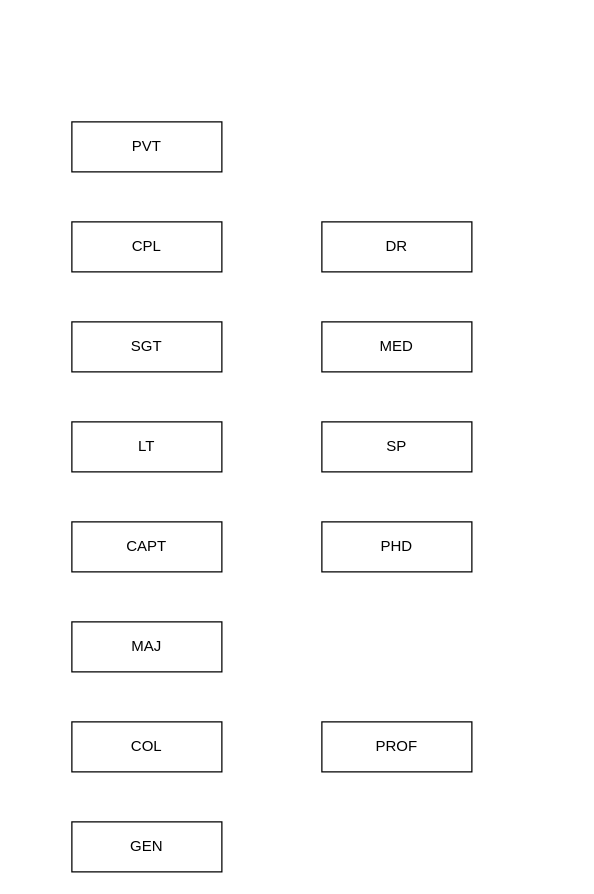
maulanaaghnii/propia keeps this draw.io diagram as Note Project Core/Propia Shelter/Rank Shelter.drawio. Above is the earlier version. Source tidied: cells renumbered, new cells numbered last; positions are measured from the earlier drawing's top-left corner, leaving out a move shared by most shapes. Both pictures are drawn from the tidied source at 125%, with x=0, y=0 at pixel (71, 121).
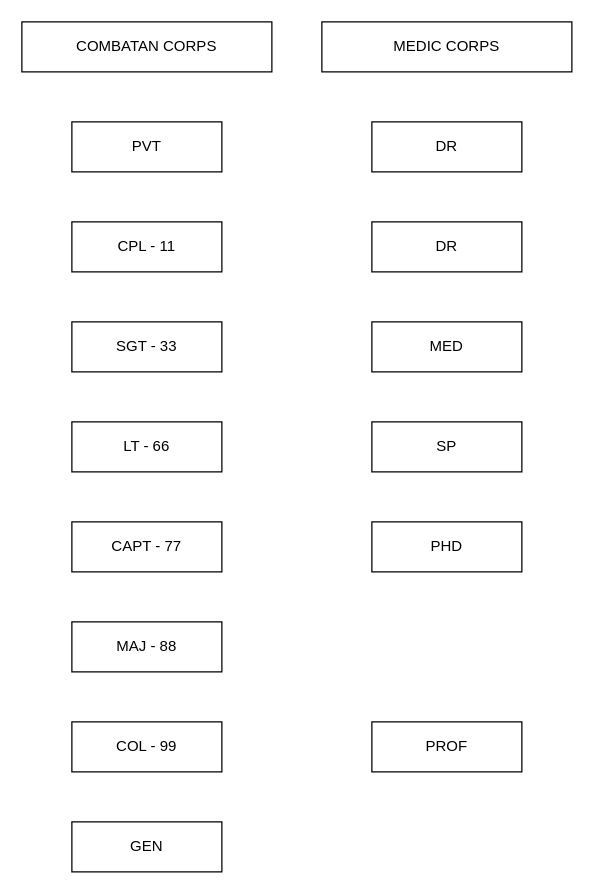
Above is the later version.

What changed in the source:
```diff
@@
 <mxGraphModel>
   <root>
     <mxCell id="0" />
     <mxCell id="1" parent="0" />
     <mxCell id="2" value="DR" style="rounded=0;whiteSpace=wrap;html=1;" parent="1" vertex="1">
-      <mxGeometry x="200" y="80" width="120" height="40" as="geometry" />
+      <mxGeometry x="240" y="80" width="120" height="40" as="geometry" />
     </mxCell>
     <mxCell id="3" value="PROF" style="rounded=0;whiteSpace=wrap;html=1;" parent="1" vertex="1">
-      <mxGeometry x="200" y="480" width="120" height="40" as="geometry" />
+      <mxGeometry x="240" y="480" width="120" height="40" as="geometry" />
     </mxCell>
     <mxCell id="4" value="PHD" style="rounded=0;whiteSpace=wrap;html=1;" parent="1" vertex="1">
-      <mxGeometry x="200" y="320" width="120" height="40" as="geometry" />
+      <mxGeometry x="240" y="320" width="120" height="40" as="geometry" />
     </mxCell>
     <mxCell id="5" value="PVT" style="rounded=0;whiteSpace=wrap;html=1;" parent="1" vertex="1">
       <mxGeometry width="120" height="40" as="geometry" />
     </mxCell>
-    <mxCell id="6" value="CPL" style="rounded=0;whiteSpace=wrap;html=1;" parent="1" vertex="1">
+    <mxCell id="6" value="CPL - 11" style="rounded=0;whiteSpace=wrap;html=1;" parent="1" vertex="1">
       <mxGeometry y="80" width="120" height="40" as="geometry" />
     </mxCell>
-    <mxCell id="7" value="MAJ" style="rounded=0;whiteSpace=wrap;html=1;" parent="1" vertex="1">
+    <mxCell id="7" value="MAJ - 88" style="rounded=0;whiteSpace=wrap;html=1;" parent="1" vertex="1">
       <mxGeometry y="400" width="120" height="40" as="geometry" />
     </mxCell>
-    <mxCell id="8" value="CAPT" style="rounded=0;whiteSpace=wrap;html=1;" parent="1" vertex="1">
+    <mxCell id="8" value="CAPT - 77" style="rounded=0;whiteSpace=wrap;html=1;" parent="1" vertex="1">
       <mxGeometry y="320" width="120" height="40" as="geometry" />
     </mxCell>
-    <mxCell id="9" value="LT" style="rounded=0;whiteSpace=wrap;html=1;" parent="1" vertex="1">
+    <mxCell id="9" value="LT - 66" style="rounded=0;whiteSpace=wrap;html=1;" parent="1" vertex="1">
       <mxGeometry y="240" width="120" height="40" as="geometry" />
     </mxCell>
-    <mxCell id="10" value="SGT" style="rounded=0;whiteSpace=wrap;html=1;" parent="1" vertex="1">
+    <mxCell id="10" value="SGT - 33" style="rounded=0;whiteSpace=wrap;html=1;" parent="1" vertex="1">
       <mxGeometry y="160" width="120" height="40" as="geometry" />
     </mxCell>
-    <mxCell id="11" value="COL" style="rounded=0;whiteSpace=wrap;html=1;" parent="1" vertex="1">
+    <mxCell id="11" value="COL - 99" style="rounded=0;whiteSpace=wrap;html=1;" parent="1" vertex="1">
       <mxGeometry y="480" width="120" height="40" as="geometry" />
     </mxCell>
     <mxCell id="12" value="GEN" style="rounded=0;whiteSpace=wrap;html=1;" parent="1" vertex="1">
       <mxGeometry y="560" width="120" height="40" as="geometry" />
     </mxCell>
     <mxCell id="13" value="SP" style="rounded=0;whiteSpace=wrap;html=1;" parent="1" vertex="1">
-      <mxGeometry x="200" y="240" width="120" height="40" as="geometry" />
+      <mxGeometry x="240" y="240" width="120" height="40" as="geometry" />
     </mxCell>
     <mxCell id="14" value="MED" style="rounded=0;whiteSpace=wrap;html=1;" parent="1" vertex="1">
-      <mxGeometry x="200" y="160" width="120" height="40" as="geometry" />
+      <mxGeometry x="240" y="160" width="120" height="40" as="geometry" />
     </mxCell>
+    <mxCell id="15" value="DR" style="rounded=0;whiteSpace=wrap;html=1;" parent="1" vertex="1">
+      <mxGeometry x="240" width="120" height="40" as="geometry" />
+    </mxCell>
+    <mxCell id="16" value="COMBATAN CORPS" style="rounded=0;whiteSpace=wrap;html=1;" parent="1" vertex="1">
+      <mxGeometry x="-40" y="-80" width="200" height="40" as="geometry" />
+    </mxCell>
+    <mxCell id="17" value="MEDIC CORPS" style="rounded=0;whiteSpace=wrap;html=1;" parent="1" vertex="1">
+      <mxGeometry x="200" y="-80" width="200" height="40" as="geometry" />
+    </mxCell>
   </root>
 </mxGraphModel>
```
